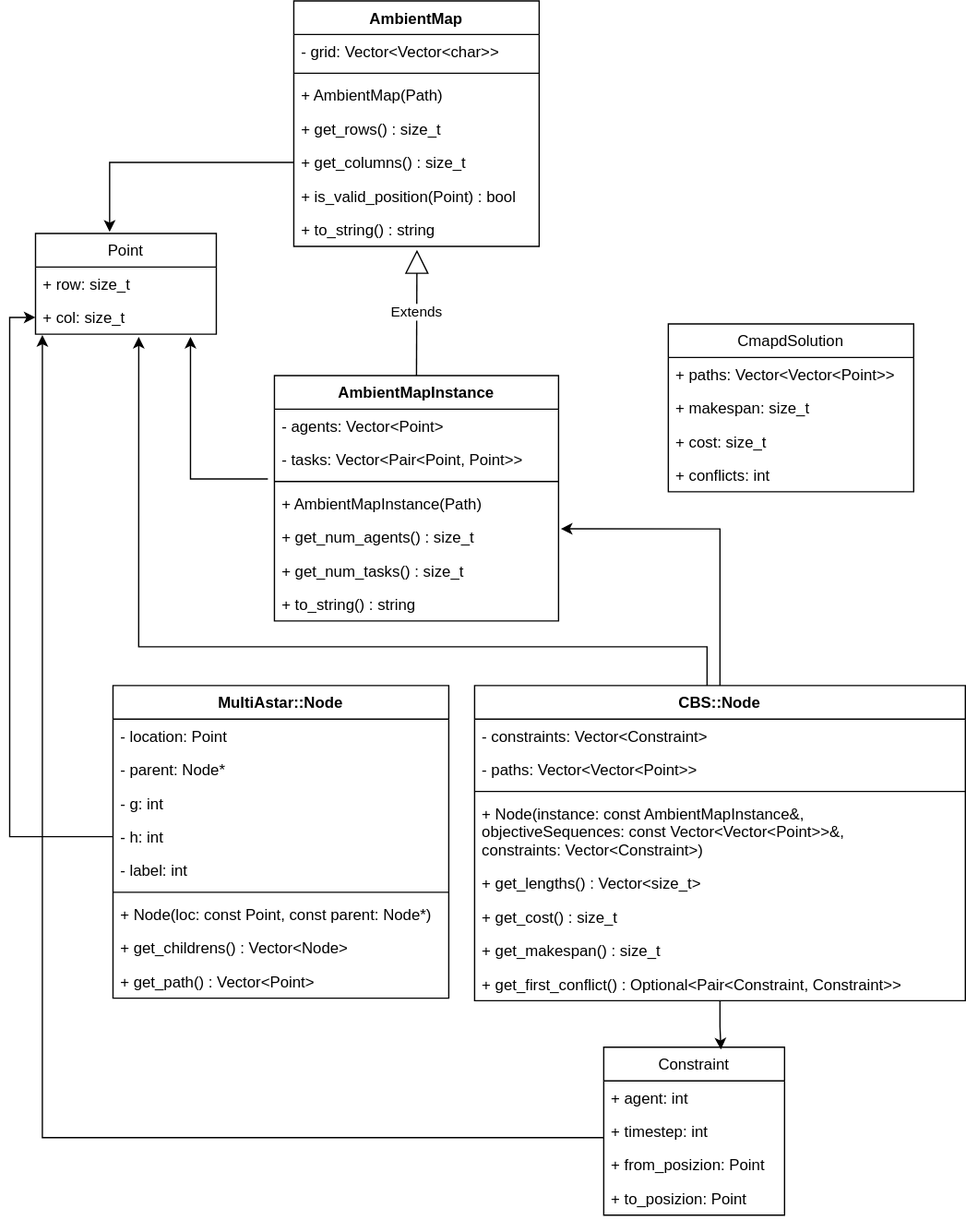
The draw.io diagram doc/cmapd_uml.drawio.svg in zagoli/capacitated-mapd, before a commit. Source tidied: cells renumbered, new cells last; positions are measured from the earlier drawing's top-left corner, leaving out a move shared by most shapes.
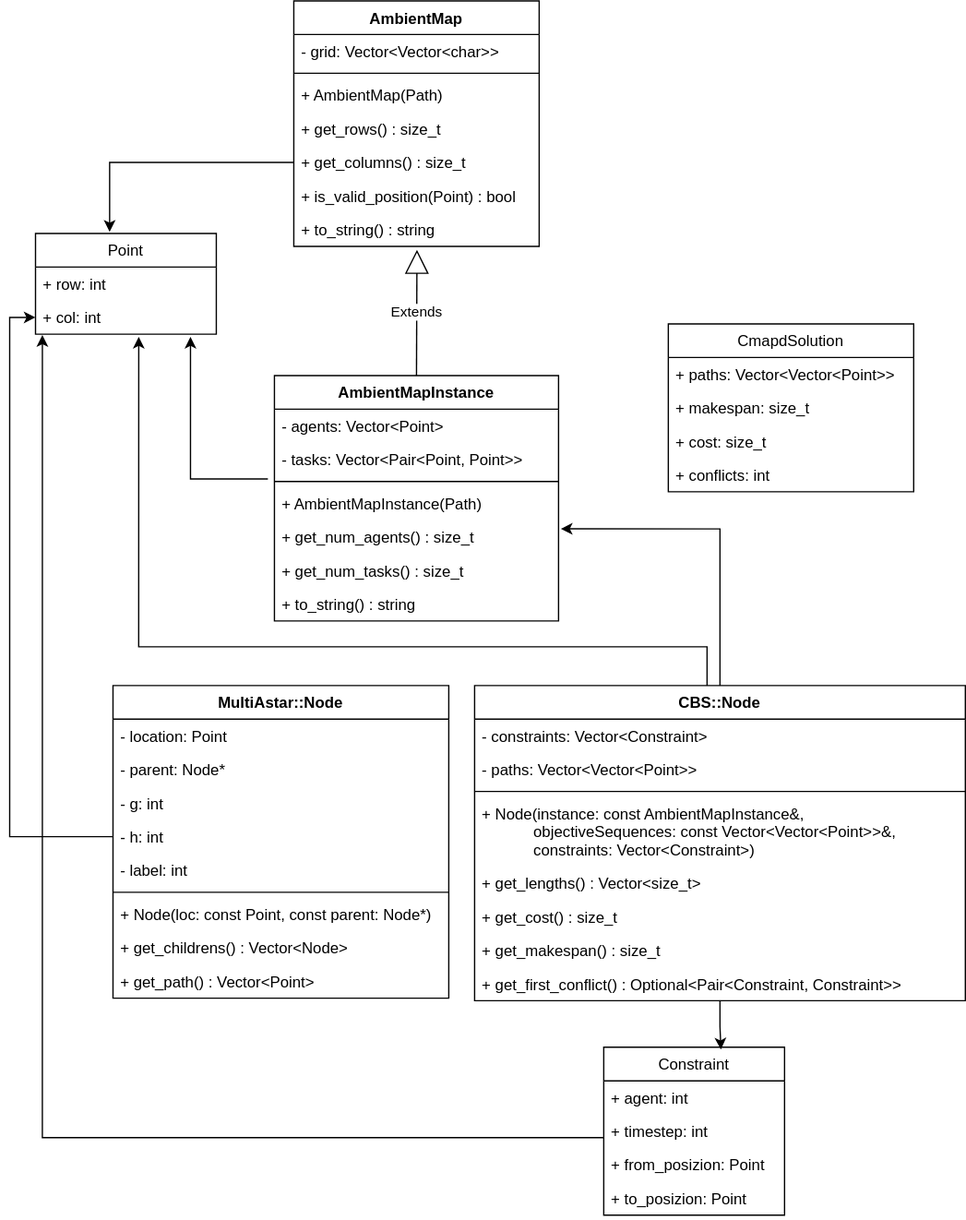
After the change.

Commit message:
changed point members type

Diff of the diagram source:
```diff
@@ -5,10 +5,10 @@
     <mxCell id="2" value="Point" style="swimlane;fontStyle=0;horizontal=1;startSize=26;fillColor=none;" parent="1" vertex="1">
       <mxGeometry y="180" width="140" height="78" as="geometry" />
     </mxCell>
-    <mxCell id="3" value="+ row: size_t" style="text;strokeColor=none;fillColor=none;align=left;verticalAlign=top;spacingLeft=4;spacingRight=4;overflow=hidden;" parent="2" vertex="1">
+    <mxCell id="3" value="+ row: int" style="text;strokeColor=none;fillColor=none;align=left;verticalAlign=top;spacingLeft=4;spacingRight=4;overflow=hidden;" parent="2" vertex="1">
       <mxGeometry y="26" width="140" height="26" as="geometry" />
     </mxCell>
-    <mxCell id="4" value="+ col: size_t" style="text;strokeColor=none;fillColor=none;align=left;verticalAlign=top;spacingLeft=4;spacingRight=4;overflow=hidden;points=[[0,0.5],[1,0.5]];portConstraint=eastwest;" parent="2" vertex="1">
+    <mxCell id="4" value="+ col: int" style="text;strokeColor=none;fillColor=none;align=left;verticalAlign=top;spacingLeft=4;spacingRight=4;overflow=hidden;points=[[0,0.5],[1,0.5]];portConstraint=eastwest;" parent="2" vertex="1">
       <mxGeometry y="52" width="140" height="26" as="geometry" />
     </mxCell>
     <mxCell id="5" value="AmbientMap" style="swimlane;fontStyle=1;align=center;verticalAlign=top;horizontal=1;startSize=26;" parent="1" vertex="1">
```
